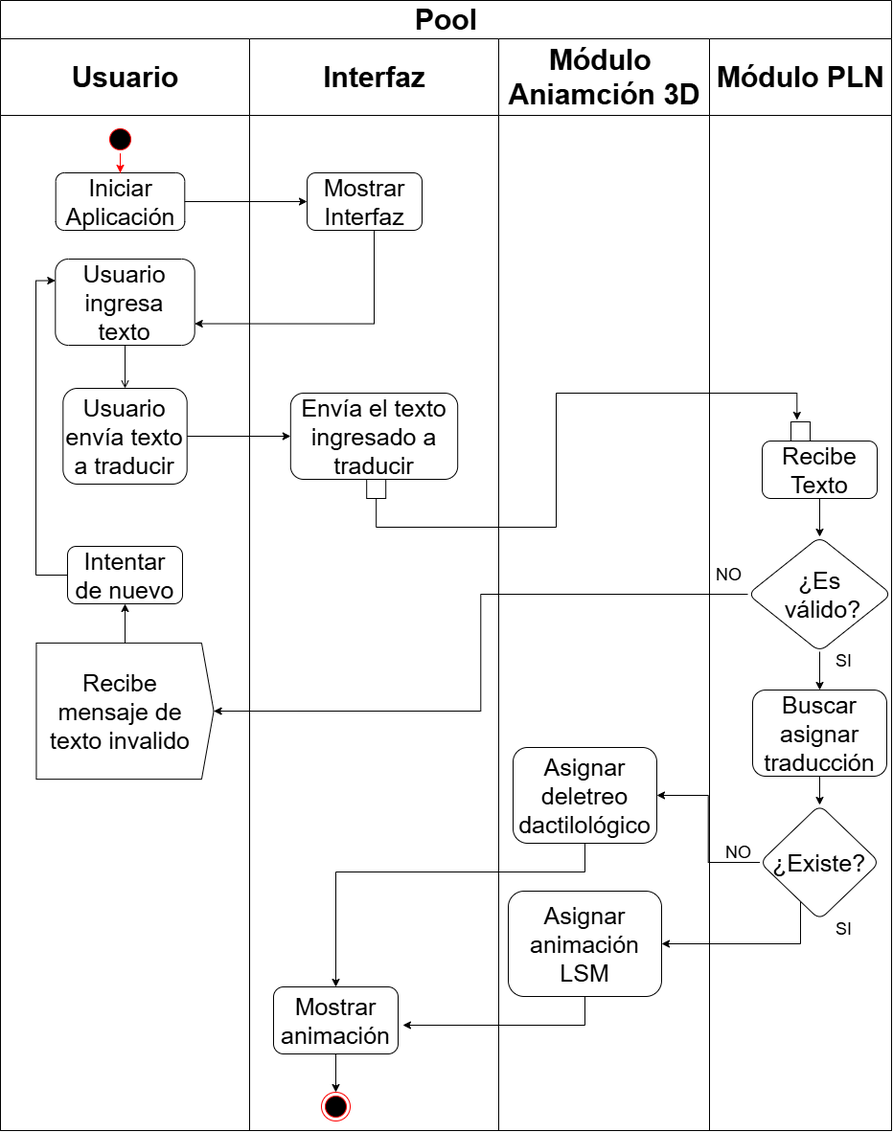
IvanSMMA/TT1_Document keeps this draw.io diagram as Images/Cap 3/Actividades.png. Above is the earlier version. Source tidied: cells renumbered, new cells last; positions are measured from the earlier drawing's top-left corner, leaving out a move shared by most shapes.
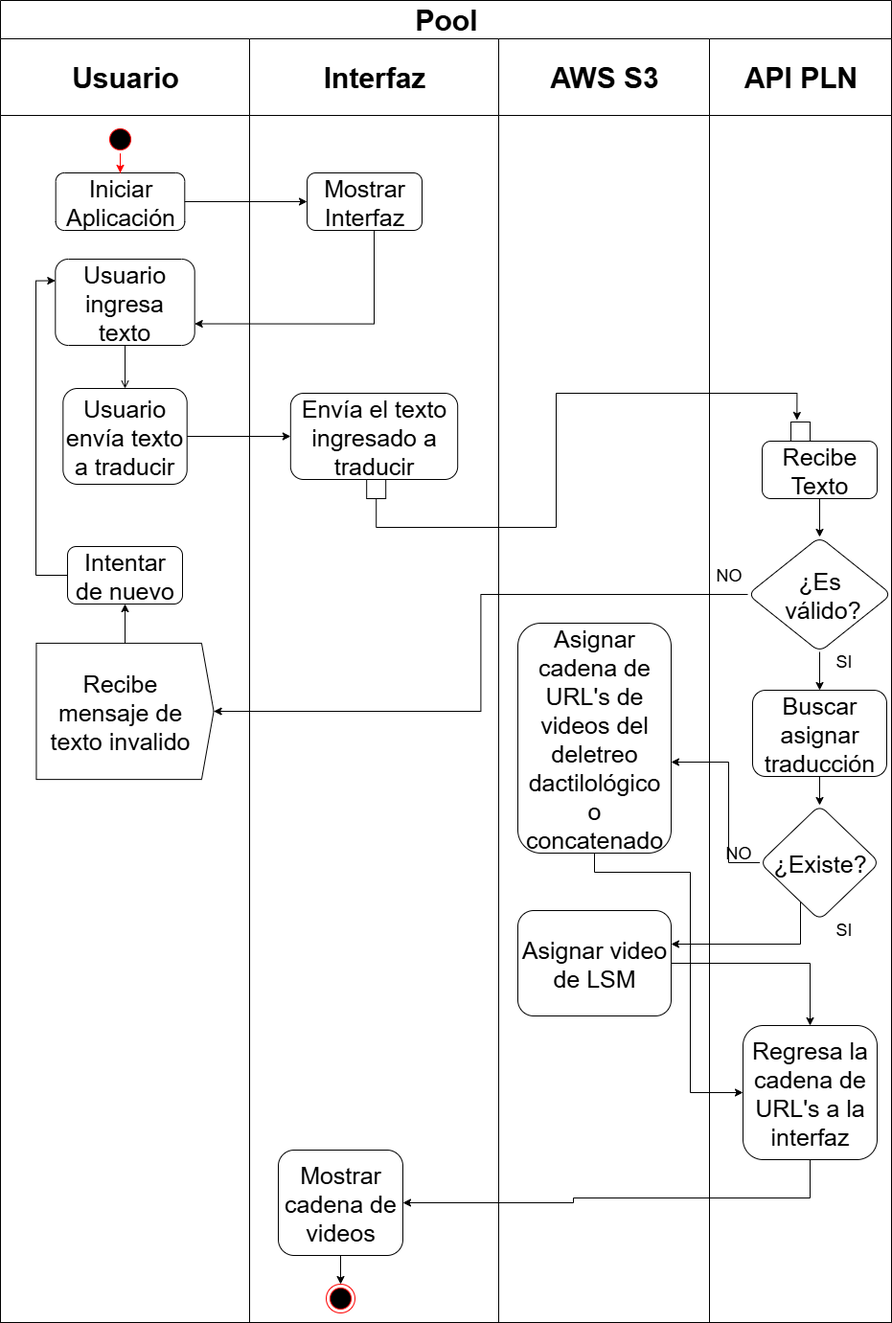
Above is the later version.

Commit message:
actividates nuevo

The edit, as a diff of the source:
```diff
@@ -3,13 +3,13 @@
     <mxCell id="0" />
     <mxCell id="1" parent="0" />
     <mxCell id="2" value="Pool" style="swimlane;startSize=40;html=1;fontSize=30;" parent="1" vertex="1">
-      <mxGeometry width="930" height="1180" as="geometry" />
+      <mxGeometry width="930" height="1380" as="geometry" />
     </mxCell>
     <mxCell id="3" style="edgeStyle=orthogonalEdgeStyle;rounded=0;jettySize=auto;html=1;entryX=0.5;entryY=1;entryDx=0;entryDy=0;" parent="2" edge="1" source="38" target="5">
       <mxGeometry relative="1" as="geometry" />
     </mxCell>
     <mxCell id="4" value="Usuario" style="swimlane;startSize=80;html=1;fontSize=30;" parent="2" vertex="1">
-      <mxGeometry y="40" width="260" height="1140" as="geometry" />
+      <mxGeometry y="40" width="260" height="1340" as="geometry" />
     </mxCell>
     <mxCell id="5" style="shape=offPageConnector;whiteSpace=wrap;html=1;rotation=-90;size=0.06837606837606838;fontSize=36;" parent="4" vertex="1">
       <mxGeometry x="58.9" y="609.5" width="142.2" height="185.2" as="geometry" />
@@ -30,13 +30,13 @@
       <mxGeometry x="65.3" y="365" width="129.4" height="100" as="geometry" />
     </mxCell>
     <mxCell id="11" value="Interfaz" style="swimlane;startSize=80;html=1;swimlaneLine=1;fontSize=30;align=center;" parent="2" vertex="1">
-      <mxGeometry x="260" y="40" width="260" height="1140" as="geometry" />
+      <mxGeometry x="260" y="40" width="260" height="1340" as="geometry" />
     </mxCell>
     <mxCell id="12" style="ellipse;html=1;shape=endState;fillColor=#000000;strokeColor=#ff0000;fontSize=36;" parent="11" vertex="1">
-      <mxGeometry x="75" y="1100" width="30" height="30" as="geometry" />
+      <mxGeometry x="80" y="1300" width="30" height="30" as="geometry" />
     </mxCell>
-    <mxCell id="13" value="Mostrar animación" style="rounded=1;whiteSpace=wrap;html=1;fontSize=25;" parent="11" vertex="1">
-      <mxGeometry x="25" y="990" width="130" height="70" as="geometry" />
+    <mxCell id="13" value="Mostrar cadena de videos" style="rounded=1;whiteSpace=wrap;html=1;fontSize=25;" parent="11" vertex="1">
+      <mxGeometry x="30" y="1160" width="130" height="110" as="geometry" />
     </mxCell>
     <mxCell id="14" style="edgeStyle=orthogonalEdgeStyle;rounded=0;jettySize=auto;html=1;entryX=0.5;entryY=0;entryDx=0;entryDy=0;fontSize=36;" parent="11" edge="1" source="13" target="12">
       <mxGeometry relative="1" as="geometry" />
@@ -63,17 +63,22 @@
     <mxCell id="20" style="ellipse;html=1;shape=startState;fillColor=#000000;strokeColor=#ff0000;fontSize=36;" parent="11" vertex="1">
       <mxGeometry x="-150" y="90" width="30" height="30" as="geometry" />
     </mxCell>
-    <mxCell id="21" value="Módulo&amp;nbsp;&lt;div&gt;Aniamción 3D&lt;/div&gt;" style="swimlane;startSize=80;html=1;swimlaneLine=1;fontSize=30;align=center;" parent="2" vertex="1">
-      <mxGeometry x="520" y="40" width="220" height="1140" as="geometry" />
+    <mxCell id="21" value="AWS S3" style="swimlane;startSize=80;html=1;swimlaneLine=1;fontSize=30;align=center;" parent="2" vertex="1">
+      <mxGeometry x="520" y="40" width="220" height="1340" as="geometry" />
     </mxCell>
-    <mxCell id="22" value="Asignar animación LSM" style="rounded=1;whiteSpace=wrap;html=1;fontSize=25;" parent="21" vertex="1">
-      <mxGeometry x="10" y="890" width="160" height="110" as="geometry" />
+    <mxCell id="22" value="Asignar video de LSM" style="rounded=1;whiteSpace=wrap;html=1;fontSize=25;" parent="21" vertex="1">
+      <mxGeometry x="20" y="910" width="160" height="110" as="geometry" />
     </mxCell>
-    <mxCell id="23" value="Asignar deletreo dactilológico" style="rounded=1;whiteSpace=wrap;html=1;fontSize=25;" parent="21" vertex="1">
-      <mxGeometry x="15" y="740" width="150" height="100" as="geometry" />
+    <mxCell id="23" value="Asignar cadena de URL's de videos del deletreo dactilológico o concatenado" style="rounded=1;whiteSpace=wrap;html=1;fontSize=25;" parent="21" vertex="1">
+      <mxGeometry x="20" y="610" width="160" height="240" as="geometry" />
     </mxCell>
     <mxCell id="24" style="edgeStyle=orthogonalEdgeStyle;rounded=0;jettySize=auto;html=1;exitX=0;exitY=0.5;exitDx=0;exitDy=0;" parent="2" edge="1" source="41" target="23">
-      <mxGeometry relative="1" as="geometry" />
+      <mxGeometry relative="1" as="geometry">
+        <Array as="points">
+          <mxPoint x="760" y="900" />
+          <mxPoint x="760" y="795" />
+        </Array>
+      </mxGeometry>
     </mxCell>
     <mxCell id="25" style="edgeStyle=orthogonalEdgeStyle;rounded=0;jettySize=auto;html=1;" parent="2" edge="1" source="41" target="22">
       <mxGeometry relative="1" as="geometry">
@@ -82,20 +87,6 @@
         </Array>
       </mxGeometry>
     </mxCell>
-    <mxCell id="26" style="edgeStyle=orthogonalEdgeStyle;rounded=0;jettySize=auto;html=1;fontSize=36;" parent="2" edge="1" source="23" target="13">
-      <mxGeometry relative="1" as="geometry">
-        <Array as="points">
-          <mxPoint x="350" y="910" />
-        </Array>
-      </mxGeometry>
-    </mxCell>
-    <mxCell id="27" style="edgeStyle=orthogonalEdgeStyle;rounded=0;jettySize=auto;html=1;entryX=1.038;entryY=0.571;entryDx=0;entryDy=0;entryPerimeter=0;" parent="2" edge="1" source="22" target="13">
-      <mxGeometry relative="1" as="geometry">
-        <Array as="points">
-          <mxPoint x="610" y="1070" />
-        </Array>
-      </mxGeometry>
-    </mxCell>
     <mxCell id="28" style="edgeStyle=orthogonalEdgeStyle;rounded=0;jettySize=auto;html=1;fontSize=36;" parent="2" edge="1" source="9" target="19">
       <mxGeometry relative="1" as="geometry" />
     </mxCell>
@@ -116,8 +107,8 @@
         </Array>
       </mxGeometry>
     </mxCell>
-    <mxCell id="33" value="Módulo PLN" style="swimlane;startSize=80;html=1;swimlaneLine=1;fontSize=30;" parent="2" vertex="1">
-      <mxGeometry x="740" y="40" width="190" height="1140" as="geometry" />
+    <mxCell id="33" value="API PLN" style="swimlane;startSize=80;html=1;swimlaneLine=1;fontSize=30;" parent="2" vertex="1">
+      <mxGeometry x="740" y="40" width="190" height="1340" as="geometry" />
     </mxCell>
     <mxCell id="34" style="edgeStyle=orthogonalEdgeStyle;rounded=0;jettySize=auto;html=1;fontSize=36;" parent="33" edge="1" source="35" target="38">
       <mxGeometry relative="1" as="geometry" />
@@ -155,6 +146,9 @@
     <mxCell id="45" value="NO" style="text;html=1;align=center;verticalAlign=middle;strokeColor=none;fillColor=none;fontSize=18;" parent="33" vertex="1">
       <mxGeometry x="-5" y="540" width="50" height="40" as="geometry" />
     </mxCell>
+    <mxCell id="47" value="Regresa la cadena de URL's a la interfaz" style="rounded=1;whiteSpace=wrap;html=1;fontSize=25;" parent="33" vertex="1">
+      <mxGeometry x="35" y="1030" width="140" height="140" as="geometry" />
+    </mxCell>
     <mxCell id="46" style="edgeStyle=orthogonalEdgeStyle;rounded=0;jettySize=auto;html=1;entryX=0.317;entryY=-0.1;entryDx=0;entryDy=0;entryPerimeter=0;" parent="2" edge="1" source="16" target="36">
       <mxGeometry relative="1" as="geometry">
         <Array as="points">
@@ -165,5 +159,26 @@
         </Array>
       </mxGeometry>
     </mxCell>
+    <mxCell id="48" style="edgeStyle=orthogonalEdgeStyle;rounded=0;jettySize=auto;html=1;" parent="2" edge="1" source="22" target="47">
+      <mxGeometry relative="1" as="geometry" />
+    </mxCell>
+    <mxCell id="49" style="edgeStyle=orthogonalEdgeStyle;rounded=0;jettySize=auto;html=1;" parent="2" edge="1" source="23" target="47">
+      <mxGeometry relative="1" as="geometry">
+        <Array as="points">
+          <mxPoint x="620" y="910" />
+          <mxPoint x="720" y="910" />
+          <mxPoint x="720" y="1140" />
+        </Array>
+      </mxGeometry>
+    </mxCell>
+    <mxCell id="50" style="edgeStyle=orthogonalEdgeStyle;rounded=0;jettySize=auto;html=1;" parent="2" edge="1" source="47" target="13">
+      <mxGeometry relative="1" as="geometry">
+        <Array as="points">
+          <mxPoint x="845" y="1250" />
+          <mxPoint x="598" y="1250" />
+          <mxPoint x="598" y="1255" />
+        </Array>
+      </mxGeometry>
+    </mxCell>
   </root>
 </mxGraphModel>
```
